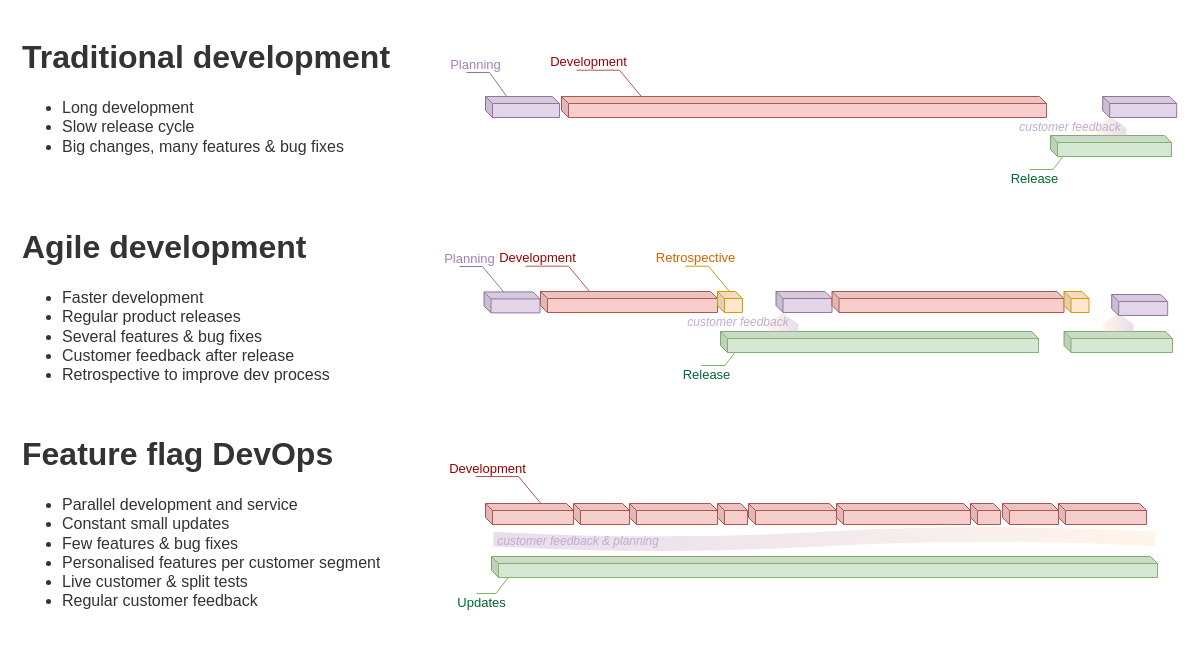
This is blog/feature-flag-devops-comparison.drawio from jgraph/drawio-diagrams, a draw.io file, before an edit. Source tidied: cells renumbered, new cells numbered last; positions are measured from the earlier drawing's top-left corner, leaving out a move shared by most shapes. Both pictures are drawn from the tidied source at 100%, with x=0, y=0 at pixel (17, 27).
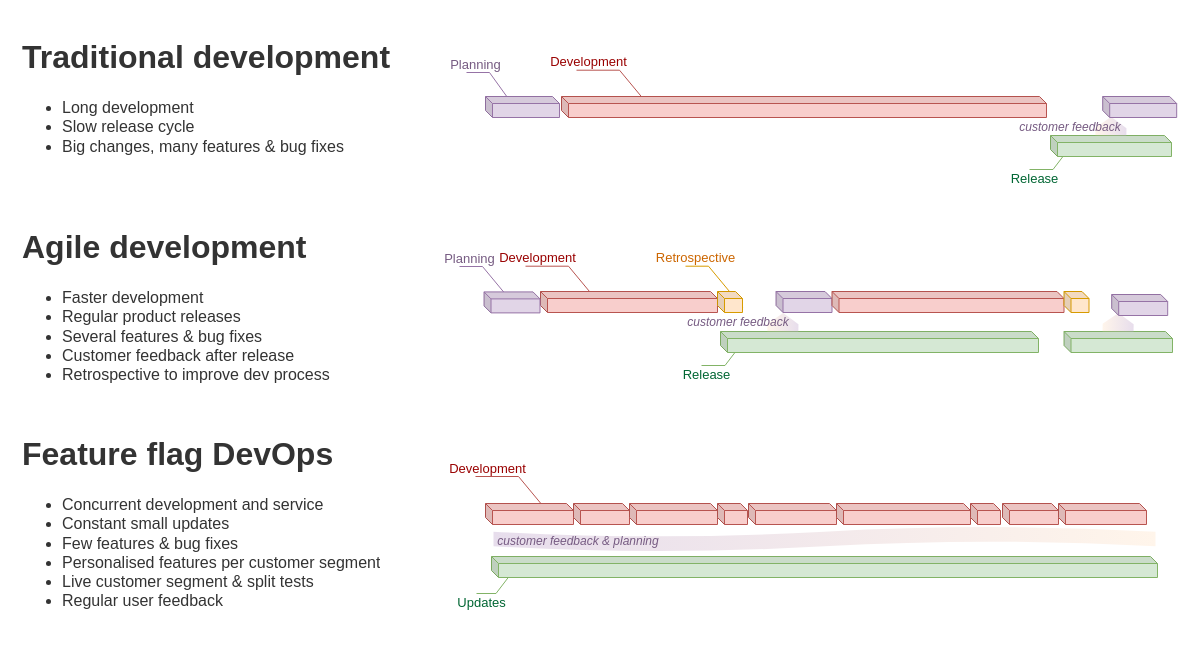
Above is the later version.

The change refers to these unchanged cells:
```xml
<mxCell id="6" style="endArrow=none;html=1;rounded=0;labelBackgroundColor=default;strokeColor=#9673a6;fontFamily=Helvetica;fontSize=12;fontColor=default;startSize=8;endSize=8;shape=connector;fillColor=#e1d5e7;" parent="1" edge="1">
  <mxGeometry relative="1" as="geometry">
    <mxPoint x="449" y="45" as="sourcePoint" />
    <mxPoint x="501.5" y="86" as="targetPoint" />
    <Array as="points">
      <mxPoint x="472" y="45" />
    </Array>
  </mxGeometry>
</mxCell>
<mxCell id="50" style="endArrow=none;html=1;rounded=0;labelBackgroundColor=default;strokeColor=#9673a6;fontFamily=Helvetica;fontSize=12;fontColor=default;startSize=8;endSize=8;shape=connector;entryX=0;entryY=0;entryDx=33.5;entryDy=0;entryPerimeter=0;fillColor=#e1d5e7;" parent="1" edge="1">
  <mxGeometry relative="1" as="geometry">
    <mxPoint x="442" y="239" as="sourcePoint" />
    <mxPoint x="499" y="280" as="targetPoint" />
    <Array as="points">
      <mxPoint x="465" y="239" />
    </Array>
  </mxGeometry>
</mxCell>
```

What changed in the source:
```diff
@@
-    <mxCell id="7" value="Planning" style="edgeLabel;html=1;align=center;verticalAlign=middle;fontSize=13;fontFamily=Helvetica;fontColor=#A680B8;" parent="6" vertex="1">
+    <mxCell id="7" value="Planning" style="edgeLabel;html=1;align=center;verticalAlign=middle;fontSize=13;fontFamily=Helvetica;fontColor=#765B82;" parent="6" vertex="1">
       <mxGeometry x="-0.75" y="4" relative="1" as="geometry">
         <mxPoint x="-1" y="-5" as="offset" />
       </mxGeometry>
     </mxCell>
@@
-    <mxCell id="20" value="&lt;h1&gt;Feature flag DevOps&lt;/h1&gt;&lt;p&gt;&lt;/p&gt;&lt;ul&gt;&lt;li&gt;Parallel development and service&lt;/li&gt;&lt;li&gt;Constant small updates&lt;/li&gt;&lt;li&gt;Few features &amp;amp; bug fixes&lt;/li&gt;&lt;li&gt;Personalised features per customer segment&lt;/li&gt;&lt;li&gt;Live customer &amp;amp; split tests&lt;/li&gt;&lt;li&gt;Regular customer feedback&lt;/li&gt;&lt;/ul&gt;&lt;p&gt;&lt;/p&gt;" style="text;html=1;strokeColor=none;fillColor=none;spacing=5;spacingTop=-20;whiteSpace=wrap;overflow=hidden;rounded=0;fontSize=16;fontColor=#333333;" parent="1" vertex="1">
+    <mxCell id="20" value="&lt;h1&gt;Feature flag DevOps&lt;/h1&gt;&lt;p&gt;&lt;/p&gt;&lt;ul&gt;&lt;li&gt;Concurrent development and service&lt;/li&gt;&lt;li&gt;Constant small updates&lt;/li&gt;&lt;li&gt;Few features &amp;amp; bug fixes&lt;/li&gt;&lt;li&gt;Personalised features per customer segment&lt;/li&gt;&lt;li&gt;Live customer segment &amp;amp; split tests&lt;/li&gt;&lt;li&gt;Regular user feedback&lt;/li&gt;&lt;/ul&gt;&lt;p&gt;&lt;/p&gt;" style="text;html=1;strokeColor=none;fillColor=none;spacing=5;spacingTop=-20;whiteSpace=wrap;overflow=hidden;rounded=0;fontSize=16;fontColor=#333333;" parent="1" vertex="1">
       <mxGeometry y="397" width="372" height="213" as="geometry" />
     </mxCell>
@@
-    <mxCell id="47" value="customer feedback" style="text;html=1;strokeColor=none;fillColor=none;align=center;verticalAlign=middle;whiteSpace=wrap;rounded=0;fontSize=12;fontFamily=Helvetica;fontColor=#C3ABD0;fontStyle=2;" parent="1" vertex="1">
+    <mxCell id="47" value="customer feedback" style="text;html=1;strokeColor=none;fillColor=none;align=center;verticalAlign=middle;whiteSpace=wrap;rounded=0;fontSize=12;fontFamily=Helvetica;fontColor=#765B82;fontStyle=2;" parent="1" vertex="1">
       <mxGeometry x="984" y="84.7" width="138" height="30" as="geometry" />
     </mxCell>
-    <mxCell id="48" value="customer feedback" style="text;html=1;strokeColor=none;fillColor=none;align=center;verticalAlign=middle;whiteSpace=wrap;rounded=0;fontSize=12;fontFamily=Helvetica;fontColor=#C3ABD0;fontStyle=2;" parent="1" vertex="1">
+    <mxCell id="48" value="customer feedback" style="text;html=1;strokeColor=none;fillColor=none;align=center;verticalAlign=middle;whiteSpace=wrap;rounded=0;fontSize=12;fontFamily=Helvetica;fontColor=#765B82;fontStyle=2;" parent="1" vertex="1">
       <mxGeometry x="652" y="279.7" width="138" height="30" as="geometry" />
     </mxCell>
-    <mxCell id="49" value="customer feedback &amp;amp; planning" style="text;html=1;strokeColor=none;fillColor=none;align=center;verticalAlign=middle;whiteSpace=wrap;rounded=0;fontSize=12;fontFamily=Helvetica;fontColor=#C3ABD0;fontStyle=2;" parent="1" vertex="1">
+    <mxCell id="49" value="customer feedback &amp;amp; planning" style="text;html=1;strokeColor=none;fillColor=none;align=center;verticalAlign=middle;whiteSpace=wrap;rounded=0;fontSize=12;fontFamily=Helvetica;fontColor=#765B82;fontStyle=2;" parent="1" vertex="1">
       <mxGeometry x="468" y="499" width="186" height="30" as="geometry" />
     </mxCell>
@@
-    <mxCell id="51" value="Planning" style="edgeLabel;html=1;align=center;verticalAlign=middle;fontSize=13;fontFamily=Helvetica;fontColor=#A680B8;" parent="50" vertex="1">
+    <mxCell id="51" value="Planning" style="edgeLabel;html=1;align=center;verticalAlign=middle;fontSize=13;fontFamily=Helvetica;fontColor=#765B82;" parent="50" vertex="1">
       <mxGeometry x="-0.75" y="4" relative="1" as="geometry">
         <mxPoint x="-1" y="-5" as="offset" />
       </mxGeometry>
     </mxCell>
```
